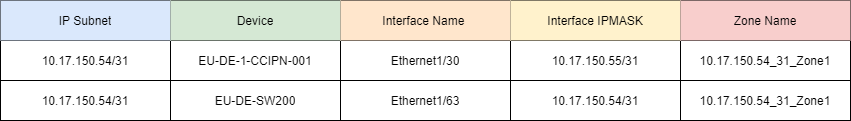
PlatformCertification/Certification-IEv10.0 keeps this draw.io diagram as Platform Certification Guidance/images/Change Zone list.png. Above is the earlier version. Source tidied: cells renumbered, new cells last; positions are measured from the earlier drawing's top-left corner, leaving out a move shared by most shapes.
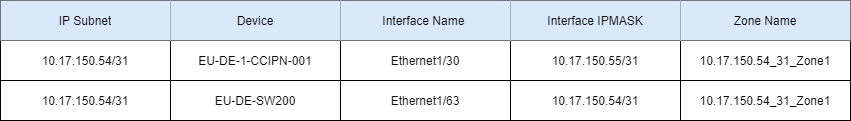
After the commit.

Change to the diagram source:
```diff
@@ -11,16 +11,16 @@
     <mxCell id="4" value="IP Subnet" style="shape=partialRectangle;html=1;whiteSpace=wrap;overflow=hidden;fillColor=#dae8fc;top=0;left=0;bottom=0;right=0;strokeColor=#6c8ebf;" parent="3" vertex="1">
       <mxGeometry width="170" height="40" as="geometry" />
     </mxCell>
-    <mxCell id="5" value="Device" style="shape=partialRectangle;html=1;whiteSpace=wrap;overflow=hidden;fillColor=#d5e8d4;top=0;left=0;bottom=0;right=0;strokeColor=#82b366;" parent="3" vertex="1">
+    <mxCell id="5" value="Device" style="shape=partialRectangle;html=1;whiteSpace=wrap;overflow=hidden;fillColor=#dae8fc;top=0;left=0;bottom=0;right=0;strokeColor=#6c8ebf;" parent="3" vertex="1">
       <mxGeometry x="170" width="170" height="40" as="geometry" />
     </mxCell>
-    <mxCell id="6" value="Interface Name&amp;nbsp;" style="shape=partialRectangle;html=1;whiteSpace=wrap;overflow=hidden;fillColor=#ffe6cc;top=0;left=0;bottom=0;right=0;strokeColor=#d79b00;" parent="3" vertex="1">
+    <mxCell id="6" value="Interface Name&amp;nbsp;" style="shape=partialRectangle;html=1;whiteSpace=wrap;overflow=hidden;fillColor=#dae8fc;top=0;left=0;bottom=0;right=0;strokeColor=#6c8ebf;" parent="3" vertex="1">
       <mxGeometry x="340" width="170" height="40" as="geometry" />
     </mxCell>
-    <mxCell id="7" value="Interface IPMASK" style="shape=partialRectangle;html=1;whiteSpace=wrap;overflow=hidden;fillColor=#fff2cc;top=0;left=0;bottom=0;right=0;strokeColor=#d6b656;" parent="3" vertex="1">
+    <mxCell id="7" value="Interface IPMASK" style="shape=partialRectangle;html=1;whiteSpace=wrap;overflow=hidden;fillColor=#dae8fc;top=0;left=0;bottom=0;right=0;strokeColor=#6c8ebf;" parent="3" vertex="1">
       <mxGeometry x="510" width="170" height="40" as="geometry" />
     </mxCell>
-    <mxCell id="8" value="Zone Name" style="shape=partialRectangle;html=1;whiteSpace=wrap;overflow=hidden;fillColor=#f8cecc;top=0;left=0;bottom=0;right=0;strokeColor=#b85450;" parent="3" vertex="1">
+    <mxCell id="8" value="Zone Name" style="shape=partialRectangle;html=1;whiteSpace=wrap;overflow=hidden;fillColor=#dae8fc;top=0;left=0;bottom=0;right=0;strokeColor=#6c8ebf;" parent="3" vertex="1">
       <mxGeometry x="680" width="170" height="40" as="geometry" />
     </mxCell>
     <mxCell id="9" style="shape=partialRectangle;html=1;whiteSpace=wrap;fillColor=none;top=0;left=0;bottom=0;right=0;" parent="2" vertex="1">
```
